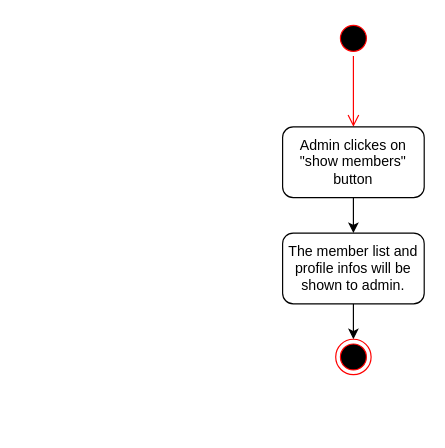
Above: Showing the members list Activity Diagram.drawio in m-bassiri/HamyarApp (draw.io), before the change. Source tidied: cells renumbered, new cells numbered last; positions are measured from the earlier drawing's top-left corner, leaving out a move shared by most shapes. Both pictures are drawn from the tidied source at 118%, with x=0, y=0 at pixel (282, 20).
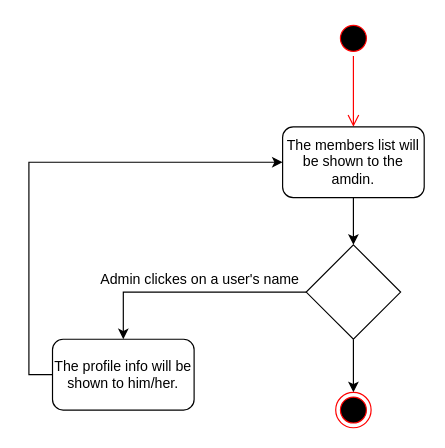
Above is the later version.

What changed in the source:
```diff
@@
 <mxGraphModel>
   <root>
     <mxCell id="0" />
     <mxCell id="1" parent="0" />
     <mxCell id="2" style="ellipse;html=1;shape=startState;fillColor=#000000;strokeColor=#ff0000;" parent="1" vertex="1">
       <mxGeometry x="45" width="30" height="30" as="geometry" />
     </mxCell>
     <mxCell id="3" style="edgeStyle=orthogonalEdgeStyle;html=1;verticalAlign=bottom;endArrow=open;endSize=8;strokeColor=#ff0000;" parent="1" edge="1" source="2">
       <mxGeometry relative="1" as="geometry">
         <mxPoint x="60" y="90" as="targetPoint" />
       </mxGeometry>
     </mxCell>
-    <mxCell id="4" style="edgeStyle=orthogonalEdgeStyle;rounded=0;jettySize=auto;html=1;" parent="1" edge="1" source="5" target="7">
-      <mxGeometry relative="1" as="geometry" />
-    </mxCell>
+    <mxCell id="9" style="edgeStyle=orthogonalEdgeStyle;rounded=0;jettySize=auto;html=1;exitX=0.5;exitY=1;exitDx=0;exitDy=0;entryX=0.5;entryY=0;entryDx=0;entryDy=0;" parent="1" edge="1" source="5" target="12">
+      <mxGeometry relative="1" as="geometry" />
+    </mxCell>
-    <mxCell id="5" value="Admin clickes on &quot;show members&quot; button" style="rounded=1;whiteSpace=wrap;html=1;" parent="1" vertex="1">
+    <mxCell id="5" value="The members list will be shown to the amdin." style="rounded=1;whiteSpace=wrap;html=1;" parent="1" vertex="1">
       <mxGeometry y="90" width="120" height="60" as="geometry" />
     </mxCell>
-    <mxCell id="6" style="edgeStyle=orthogonalEdgeStyle;rounded=0;jettySize=auto;html=1;exitX=0.5;exitY=1;exitDx=0;exitDy=0;entryX=0.5;entryY=0;entryDx=0;entryDy=0;" parent="1" edge="1" source="7" target="8">
-      <mxGeometry relative="1" as="geometry" />
-    </mxCell>
-    <mxCell id="7" value="The member list and profile infos will be shown to admin." style="rounded=1;whiteSpace=wrap;html=1;" parent="1" vertex="1">
-      <mxGeometry y="180" width="120" height="60" as="geometry" />
-    </mxCell>
-    <mxCell id="8" style="ellipse;html=1;shape=endState;fillColor=#000000;strokeColor=#ff0000;" parent="1" vertex="1">
-      <mxGeometry x="45" y="270" width="30" height="30" as="geometry" />
-    </mxCell>
+    <mxCell id="10" style="edgeStyle=orthogonalEdgeStyle;rounded=0;jettySize=auto;html=1;exitX=0;exitY=0.5;exitDx=0;exitDy=0;entryX=0.5;entryY=0;entryDx=0;entryDy=0;" parent="1" edge="1" source="12" target="14">
+      <mxGeometry relative="1" as="geometry" />
+    </mxCell>
+    <mxCell id="11" style="edgeStyle=orthogonalEdgeStyle;rounded=0;jettySize=auto;html=1;exitX=0.5;exitY=1;exitDx=0;exitDy=0;" parent="1" edge="1" source="12" target="16">
+      <mxGeometry relative="1" as="geometry" />
+    </mxCell>
+    <mxCell id="12" style="rhombus;whiteSpace=wrap;html=1;" parent="1" vertex="1">
+      <mxGeometry x="20" y="190" width="80" height="80" as="geometry" />
+    </mxCell>
+    <mxCell id="13" style="edgeStyle=orthogonalEdgeStyle;rounded=0;jettySize=auto;html=1;exitX=0;exitY=0.5;exitDx=0;exitDy=0;entryX=0;entryY=0.5;entryDx=0;entryDy=0;" parent="1" edge="1" source="14" target="5">
+      <mxGeometry relative="1" as="geometry" />
+    </mxCell>
+    <mxCell id="14" value="The profile info will be shown to him/her.&lt;br&gt;" style="rounded=1;whiteSpace=wrap;html=1;" parent="1" vertex="1">
+      <mxGeometry x="-195" y="270" width="120" height="60" as="geometry" />
+    </mxCell>
+    <mxCell id="15" value="Admin clickes on a user's name" style="text;html=1;align=left;verticalAlign=top;spacingTop=-4;" parent="1" vertex="1">
+      <mxGeometry x="-156" y="210" width="180" height="20" as="geometry" />
+    </mxCell>
+    <mxCell id="16" style="ellipse;html=1;shape=endState;fillColor=#000000;strokeColor=#ff0000;" parent="1" vertex="1">
+      <mxGeometry x="45" y="315" width="30" height="30" as="geometry" />
+    </mxCell>
   </root>
 </mxGraphModel>
```
